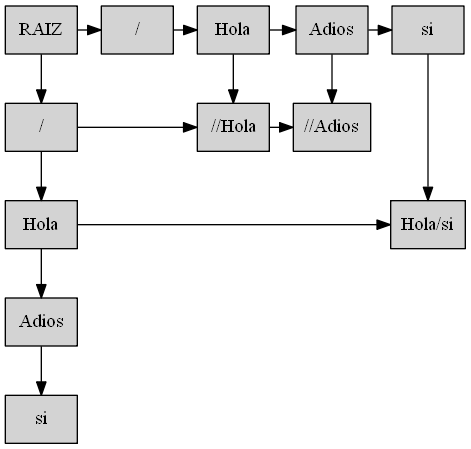
Before: [EDD]PY2_201701133/MatrizAdyacencia.png, a diagram exported from Graphviz (SelvinLP/EDD_2S2019_PY2_201701133). Its source is kept beside it as [EDD]PY2_201701133/MatrizAdyacencia.dot.
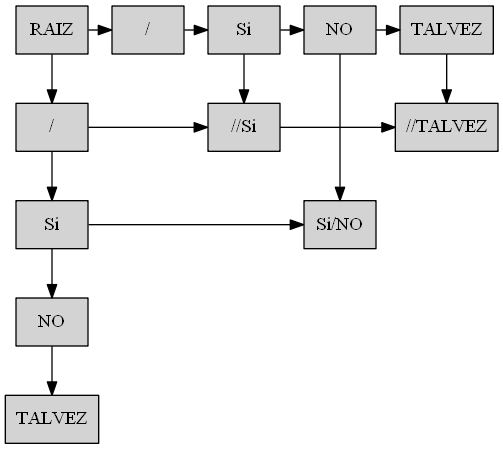
The same diagram one commit later.

What changed in the source:
```diff
@@ -2,19 +2,19 @@
    node[shape=record,style=filled]
 "-1-1"[label ="{RAIZ}",group = -1]
  "-10"[label ="{/}",group = -1]
- "-11"[label ="{Hola}",group = -1]
- "-12"[label ="{Adios}",group = -1]
- "-13"[label ="{si}",group = -1]
+ "-11"[label ="{Si}",group = -1]
+ "-12"[label ="{NO}",group = -1]
+ "-13"[label ="{TALVEZ}",group = -1]
  "0-1"[label ="{/}",group = 0]
- "1-1"[label ="{Hola}",group = 1]
- "2-1"[label ="{Adios}",group = 2]
- "3-1"[label ="{si}",group = 3]
- "10"[label ="{//Hola}",group = 1]
- "20"[label ="{//Adios}",group = 2]
- "31"[label ="{Hola/si}",group = 3]
+ "1-1"[label ="{Si}",group = 1]
+ "2-1"[label ="{NO}",group = 2]
+ "3-1"[label ="{TALVEZ}",group = 3]
+ "10"[label ="{//Si}",group = 1]
+ "30"[label ="{//TALVEZ}",group = 3]
+ "21"[label ="{Si/NO}",group = 2]
  {rank = same;"-1-1";"0-1";"1-1";"2-1";"3-1";}
-{rank = same;"-10";"10";"20";}
-{rank = same;"-11";"31";}
+{rank = same;"-10";"10";"30";}
+{rank = same;"-11";"21";}
 {rank = same;"-12";}
 {rank = same;"-13";}
 "-1-1"->"-10"
@@ -22,13 +22,13 @@
 "-10"->"-11"
 "-10"->"10"
 "-11"->"-12"
-"-11"->"31"
+"-11"->"21"
 "-12"->"-13"
 "0-1"->"1-1"
 "1-1"->"10"
 "1-1"->"2-1"
-"10"->"20"
-"2-1"->"20"
+"10"->"30"
+"2-1"->"21"
 "2-1"->"3-1"
-"3-1"->"31"
+"3-1"->"30"
 }
```
